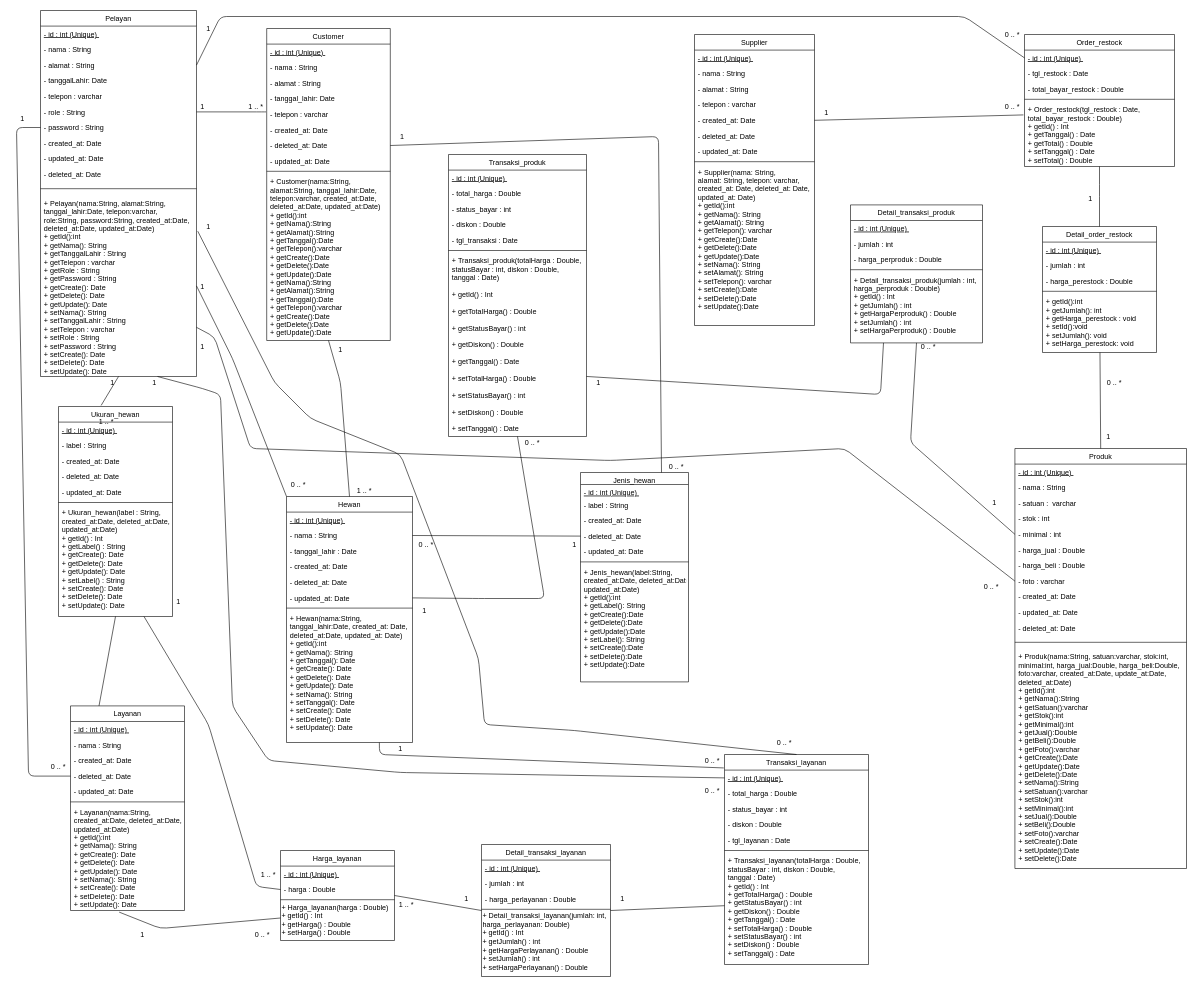
This is class diagram p3l.drawio from agambewe/classDP3L, a draw.io file, before an edit. Source tidied: cells renumbered, new cells numbered last; positions are measured from the earlier drawing's top-left corner, leaving out a move shared by most shapes. Both pictures are drawn from the tidied source at 60%, with x=0, y=0 at pixel (10, 10).
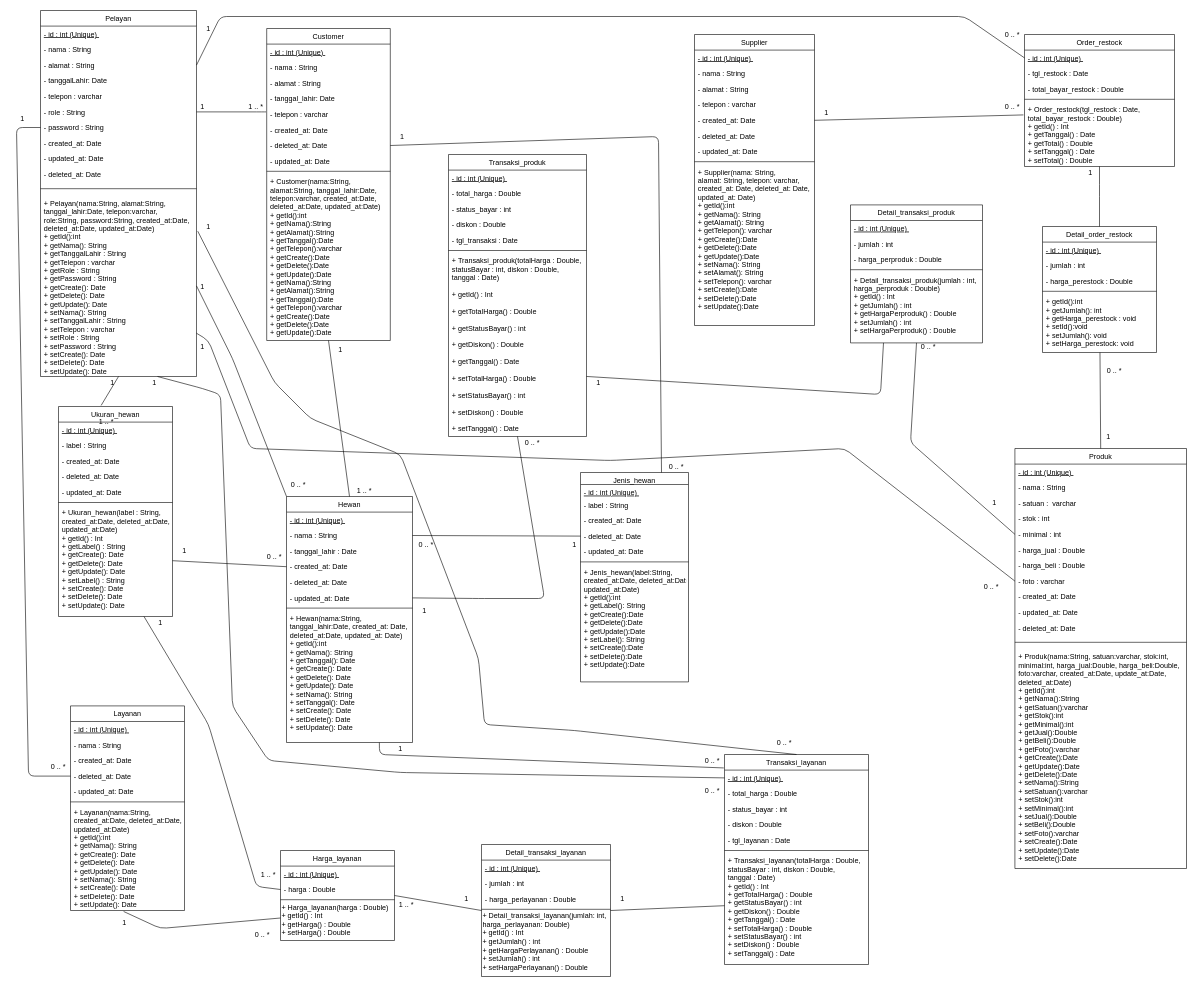
Above is the later version.

The change refers to these unchanged cells:
```xml
<mxCell id="14" value="+ Pelayan(nama:String, alamat:String, &#10;tanggal_lahir:Date, telepon:varchar, &#10;role:String, password:String, created_at:Date,&#10;deleted_at:Date, updated_at:Date)&#10;+ getId():int&#10;+ getNama(): String&#10;+ getTanggalLahir : String&#10;+ getTelepon : varchar&#10;+ getRole : String&#10;+ getPassword : String&#10;+ getCreate(): Date&#10;+ getDelete(): Date&#10;+ getUpdate(): Date&#10;+ setNama(): String&#10;+ setTanggalLahir : String&#10;+ setTelepon : varchar&#10;+ setRole : String&#10;+ setPassword : String&#10;+ setCreate(): Date&#10;+ setDelete(): Date&#10;+ setUpdate(): Date" style="text;align=left;verticalAlign=top;spacingLeft=4;spacingRight=4;overflow=hidden;points=[[0,0.5],[1,0.5]];portConstraint=eastwest;" parent="2" vertex="1">
  <mxGeometry y="308" width="260" height="302" as="geometry" />
</mxCell>
<mxCell id="15" value="Customer" style="swimlane;fontStyle=0;align=center;verticalAlign=top;horizontal=1;startSize=26;rounded=0;shadow=0;strokeWidth=1;" parent="1" vertex="1">
  <mxGeometry x="427" y="30" width="206" height="520" as="geometry" />
</mxCell>
<mxCell id="70" value="- foto : varchar" style="text;align=left;verticalAlign=top;spacingLeft=4;spacingRight=4;overflow=hidden;points=[[0,0.5],[1,0.5]];portConstraint=eastwest;rounded=0;shadow=0;html=0;" parent="62" vertex="1">
  <mxGeometry y="208" width="286" height="26" as="geometry" />
</mxCell>
<mxCell id="84" value="Hewan" style="swimlane;fontStyle=0;align=center;verticalAlign=top;horizontal=1;startSize=26;rounded=0;shadow=0;strokeWidth=1;" parent="1" vertex="1">
  <mxGeometry x="460" y="810" width="210" height="410" as="geometry" />
</mxCell>
<mxCell id="88" value="- created_at: Date" style="text;align=left;verticalAlign=top;spacingLeft=4;spacingRight=4;overflow=hidden;points=[[0,0.5],[1,0.5]];portConstraint=eastwest;rounded=0;shadow=0;html=0;" parent="84" vertex="1">
  <mxGeometry y="104" width="210" height="26" as="geometry" />
</mxCell>
<mxCell id="93" value="Ukuran_hewan" style="swimlane;fontStyle=0;align=center;verticalAlign=top;horizontal=1;startSize=26;rounded=0;shadow=0;strokeWidth=1;" parent="1" vertex="1">
  <mxGeometry x="80" y="660" width="190" height="350" as="geometry" />
</mxCell>
<mxCell id="100" value="+ Ukuran_hewan(label : String, &#10;created_at:Date, deleted_at:Date, &#10;updated_at:Date)&#10;+ getId() : Int&#10;+ getLabel() : String&#10;+ getCreate(): Date&#10;+ getDelete(): Date&#10;+ getUpdate(): Date&#10;+ setLabel() : String&#10;+ setCreate(): Date&#10;+ setDelete(): Date&#10;+ setUpdate(): Date" style="text;align=left;verticalAlign=top;spacingLeft=4;spacingRight=4;overflow=hidden;points=[[0,0.5],[1,0.5]];portConstraint=eastwest;" parent="93" vertex="1">
  <mxGeometry y="164" width="190" height="186" as="geometry" />
</mxCell>
<mxCell id="101" value="Layanan" style="swimlane;fontStyle=0;align=center;verticalAlign=top;horizontal=1;startSize=26;rounded=0;shadow=0;strokeWidth=1;" parent="1" vertex="1">
  <mxGeometry x="100" y="1159" width="190" height="341" as="geometry" />
</mxCell>
<mxCell id="108" value="+ Layanan(nama:String,&#10;created_at:Date, deleted_at:Date,&#10;updated_at:Date)&#10;+ getId():int&#10;+ getNama(): String&#10;+ getCreate(): Date&#10;+ getDelete(): Date&#10;+ getUpdate(): Date&#10;+ setNama(): String&#10;+ setCreate(): Date&#10;+ setDelete(): Date&#10;+ setUpdate(): Date" style="text;align=left;verticalAlign=top;spacingLeft=4;spacingRight=4;overflow=hidden;points=[[0,0.5],[1,0.5]];portConstraint=eastwest;rounded=0;shadow=0;html=0;" parent="101" vertex="1">
  <mxGeometry y="164" width="190" height="176" as="geometry" />
</mxCell>
<mxCell id="109" value="Harga_layanan" style="swimlane;fontStyle=0;align=center;verticalAlign=top;horizontal=1;startSize=26;rounded=0;shadow=0;strokeWidth=1;" parent="1" vertex="1">
  <mxGeometry x="450" y="1400" width="190" height="150" as="geometry" />
</mxCell>
```

The edit, as a diff of the source:
```diff
@@
     <mxCell id="132" style="endArrow=none;html=1;entryX=0;entryY=0.5;entryDx=0;entryDy=0;" parent="1" edge="1" source="14" target="70">
       <mxGeometry relative="1" as="geometry">
         <Array as="points">
-          <mxPoint x="340" y="544" />
+          <mxPoint x="330" y="550" />
           <mxPoint x="400" y="730" />
           <mxPoint x="1000" y="750" />
           <mxPoint x="1390" y="730" />
         </Array>
       </mxGeometry>
     </mxCell>
@@
     <mxCell id="135" style="endArrow=none;html=1;exitX=0.5;exitY=0;exitDx=0;exitDy=0;entryX=0.5;entryY=1;entryDx=0;entryDy=0;" parent="1" edge="1" source="84" target="15">
-      <mxGeometry relative="1" as="geometry">
-        <Array as="points">
-          <mxPoint x="550" y="620" />
-        </Array>
-      </mxGeometry>
+      <mxGeometry relative="1" as="geometry" />
     </mxCell>
@@
-    <mxCell id="139" style="endArrow=none;html=1;exitX=0.25;exitY=0;exitDx=0;exitDy=0;entryX=0.5;entryY=1;entryDx=0;entryDy=0;" parent="1" edge="1" source="101" target="93">
-      <mxGeometry relative="1" as="geometry" />
-    </mxCell>
-    <mxCell id="140" style="endArrow=none;html=1;exitX=0.427;exitY=1.021;exitDx=0;exitDy=0;entryX=0;entryY=0.75;entryDx=0;entryDy=0;exitPerimeter=0;" parent="1" edge="1" source="108" target="109">
+    <mxCell id="140" style="endArrow=none;html=1;exitX=0.466;exitY=1.015;exitDx=0;exitDy=0;entryX=0;entryY=0.75;entryDx=0;entryDy=0;exitPerimeter=0;" parent="1" edge="1" source="108" target="109">
       <mxGeometry relative="1" as="geometry">
         <Array as="points">
           <mxPoint x="250" y="1530" />
         </Array>
       </mxGeometry>
     </mxCell>
@@
     <mxCell id="155" value="1" style="text;html=1;strokeColor=none;fillColor=none;align=center;verticalAlign=middle;whiteSpace=wrap;rounded=0;" parent="1" vertex="1">
-      <mxGeometry x="1780" y="304" width="40" height="20" as="geometry" />
+      <mxGeometry x="1780" y="260" width="40" height="20" as="geometry" />
     </mxCell>
     <mxCell id="156" value="0 .. *" style="text;html=1;strokeColor=none;fillColor=none;align=center;verticalAlign=middle;whiteSpace=wrap;rounded=0;" parent="1" vertex="1">
-      <mxGeometry x="1820" y="610" width="40" height="20" as="geometry" />
+      <mxGeometry x="1820" y="590" width="40" height="20" as="geometry" />
     </mxCell>
@@
     <mxCell id="181" value="1" style="text;html=1;strokeColor=none;fillColor=none;align=center;verticalAlign=middle;whiteSpace=wrap;rounded=0;" parent="1" vertex="1">
-      <mxGeometry x="260" y="975" width="40" height="20" as="geometry" />
+      <mxGeometry x="230" y="1010" width="40" height="20" as="geometry" />
     </mxCell>
@@
     <mxCell id="183" value="1" style="text;html=1;strokeColor=none;fillColor=none;align=center;verticalAlign=middle;whiteSpace=wrap;rounded=0;" parent="1" vertex="1">
-      <mxGeometry x="200" y="1530" width="40" height="20" as="geometry" />
+      <mxGeometry x="170" y="1510" width="40" height="20" as="geometry" />
     </mxCell>
@@
+    <mxCell id="192" style="endArrow=none;html=1;exitX=1;exitY=0.5;exitDx=0;exitDy=0;entryX=0;entryY=0.5;entryDx=0;entryDy=0;" parent="1" edge="1" source="100" target="88">
+      <mxGeometry relative="1" as="geometry" />
+    </mxCell>
+    <mxCell id="193" value="0 .. *" style="text;html=1;strokeColor=none;fillColor=none;align=center;verticalAlign=middle;whiteSpace=wrap;rounded=0;" parent="1" vertex="1">
+      <mxGeometry x="420" y="900" width="40" height="20" as="geometry" />
+    </mxCell>
+    <mxCell id="194" value="1" style="text;html=1;strokeColor=none;fillColor=none;align=center;verticalAlign=middle;whiteSpace=wrap;rounded=0;" parent="1" vertex="1">
+      <mxGeometry x="270" y="890" width="40" height="20" as="geometry" />
+    </mxCell>
```
